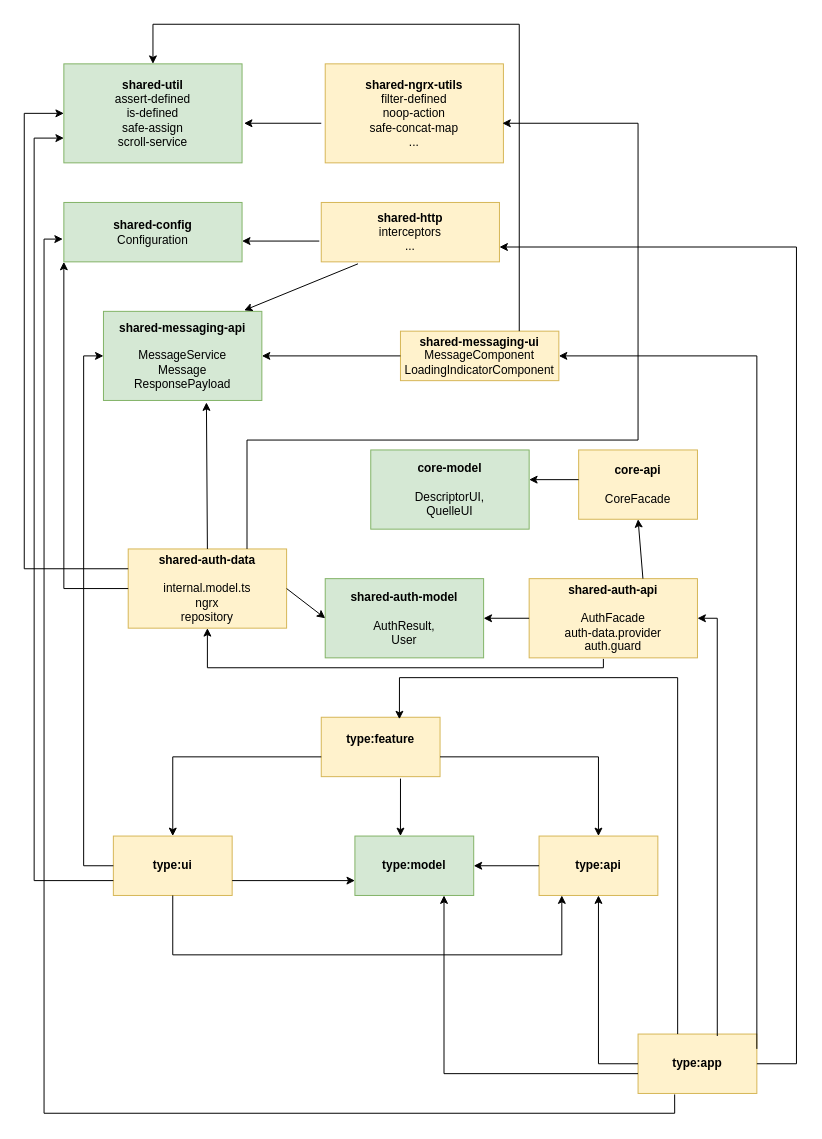
This is frontend/documentation/dependency-rules.drawio from heike2718/mathe-jung-alt, a draw.io file, before an edit. Source tidied: cells renumbered, new cells numbered last; positions are measured from the earlier drawing's top-left corner, leaving out a move shared by most shapes. Both pictures are drawn from the tidied source at 99%, with x=0, y=0 at pixel (24, 24).
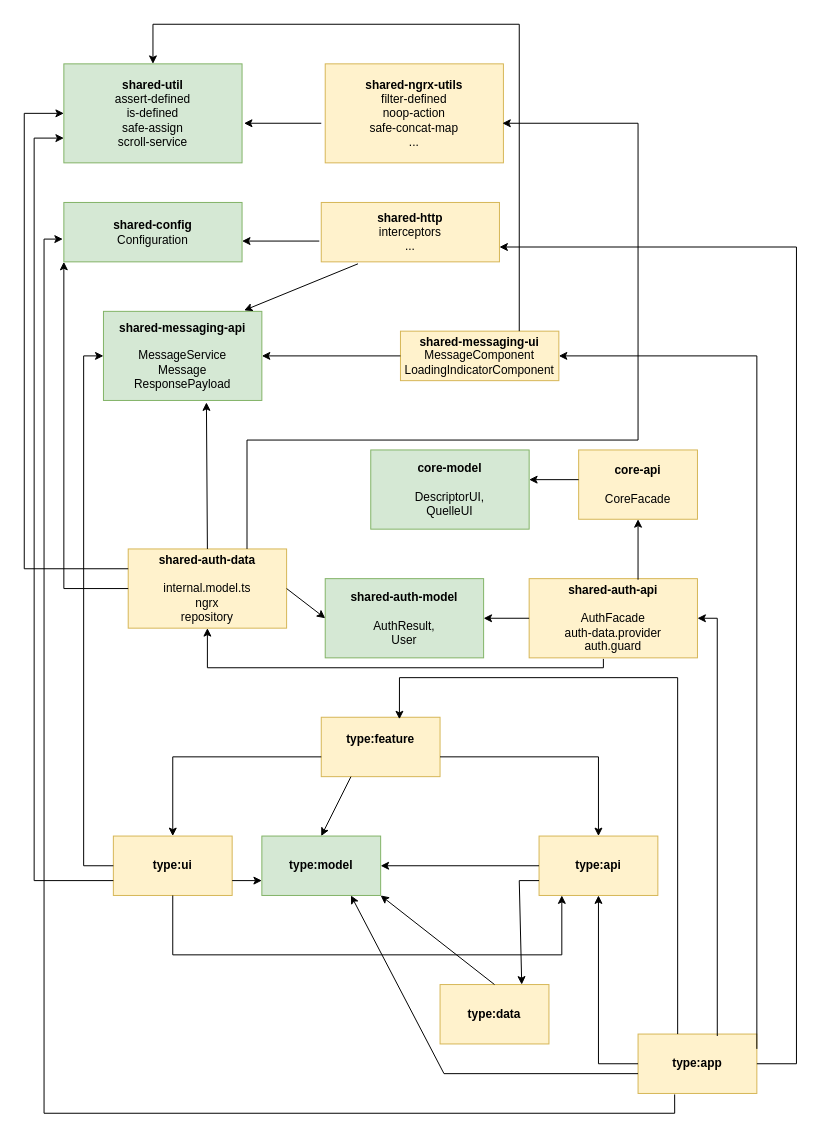
The same diagram, later.

The change refers to these unchanged cells:
```xml
<mxCell id="9" value="&lt;b&gt;shared-auth-api&lt;br&gt;&lt;/b&gt;&lt;br&gt;AuthFacade&lt;br&gt;auth-data.provider&lt;br&gt;auth.guard" style="rounded=0;whiteSpace=wrap;html=1;fillColor=#fff2cc;strokeColor=#d6b656;" parent="1" vertex="1">
  <mxGeometry x="510" y="560" width="170" height="80" as="geometry" />
</mxCell>
<mxCell id="17" value="&lt;b&gt;type:feature&lt;br&gt;&lt;/b&gt;&lt;b&gt;&lt;br&gt;&lt;/b&gt;" style="rounded=0;whiteSpace=wrap;html=1;fillColor=#fff2cc;strokeColor=#d6b656;" parent="1" vertex="1">
  <mxGeometry x="300" y="700" width="120" height="60" as="geometry" />
</mxCell>
<mxCell id="19" value="&lt;b&gt;type:api&lt;/b&gt;" style="rounded=0;whiteSpace=wrap;html=1;fillColor=#fff2cc;strokeColor=#d6b656;" parent="1" vertex="1">
  <mxGeometry x="520" y="820" width="120" height="60" as="geometry" />
</mxCell>
<mxCell id="44" value="&lt;b&gt;core-api&lt;br&gt;&lt;/b&gt;&lt;br&gt;CoreFacade&lt;br&gt;" style="rounded=0;whiteSpace=wrap;html=1;fillColor=#fff2cc;strokeColor=#d6b656;" parent="1" vertex="1">
  <mxGeometry x="560" y="430" width="120" height="70" as="geometry" />
</mxCell>
```

Diff of the diagram source:
```diff
@@
     <mxCell id="18" value="&lt;b&gt;type:model&lt;/b&gt;" style="rounded=0;whiteSpace=wrap;html=1;fillColor=#d5e8d4;strokeColor=#82b366;" parent="1" vertex="1">
-      <mxGeometry x="334" y="820" width="120" height="60" as="geometry" />
+      <mxGeometry x="240" y="820" width="120" height="60" as="geometry" />
     </mxCell>
@@
-    <mxCell id="22" style="endArrow=classic;html=1;rounded=0;exitX=0.667;exitY=1.033;exitDx=0;exitDy=0;exitPerimeter=0;" parent="1" edge="1" source="17">
-      <mxGeometry relative="1" as="geometry">
-        <mxPoint x="380" y="820" as="targetPoint" />
-      </mxGeometry>
+    <mxCell id="22" style="endArrow=classic;html=1;rounded=0;exitX=0.25;exitY=1;exitDx=0;exitDy=0;entryX=0.5;entryY=0;entryDx=0;entryDy=0;" parent="1" edge="1" source="17" target="18">
+      <mxGeometry relative="1" as="geometry" />
     </mxCell>
@@
-    <mxCell id="46" style="endArrow=classic;html=1;rounded=0;exitX=0.676;exitY=0;exitDx=0;exitDy=0;exitPerimeter=0;entryX=0.5;entryY=1;entryDx=0;entryDy=0;" parent="1" edge="1" source="9" target="44">
+    <mxCell id="46" style="endArrow=classic;html=1;rounded=0;exitX=0.647;exitY=0.013;exitDx=0;exitDy=0;exitPerimeter=0;entryX=0.5;entryY=1;entryDx=0;entryDy=0;" parent="1" edge="1" source="9" target="44">
       <mxGeometry relative="1" as="geometry" />
     </mxCell>
+    <mxCell id="47" value="&lt;b&gt;type:data&lt;/b&gt;" style="rounded=0;whiteSpace=wrap;html=1;fillColor=#fff2cc;strokeColor=#d6b656;" parent="1" vertex="1">
+      <mxGeometry x="420" y="970" width="110" height="60" as="geometry" />
+    </mxCell>
+    <mxCell id="48" style="endArrow=classic;html=1;rounded=0;entryX=1;entryY=1;entryDx=0;entryDy=0;exitX=0.5;exitY=0;exitDx=0;exitDy=0;" parent="1" edge="1" source="47" target="18">
+      <mxGeometry relative="1" as="geometry" />
+    </mxCell>
+    <mxCell id="49" style="endArrow=classic;html=1;rounded=0;exitX=0;exitY=0.75;exitDx=0;exitDy=0;entryX=0.75;entryY=0;entryDx=0;entryDy=0;" parent="1" edge="1" source="19" target="47">
+      <mxGeometry relative="1" as="geometry">
+        <Array as="points">
+          <mxPoint x="500" y="865" />
+        </Array>
+      </mxGeometry>
+    </mxCell>
```
